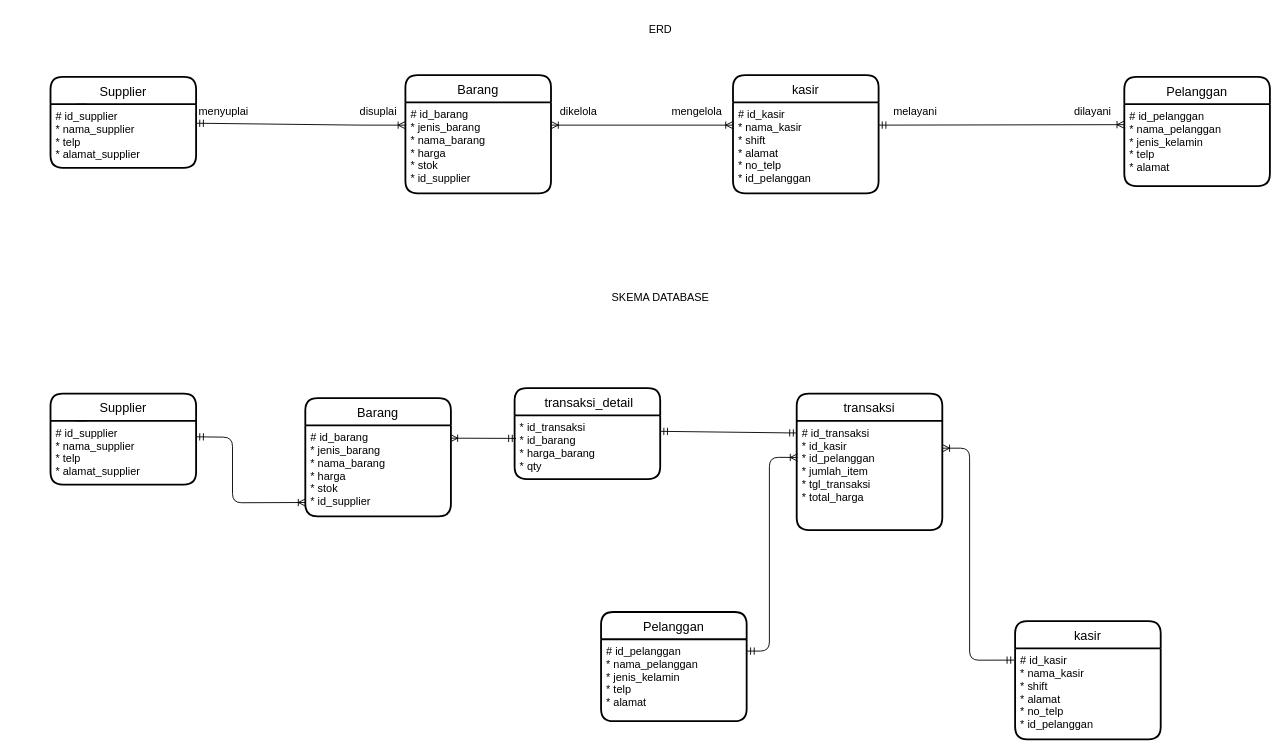
The draw.io diagram erd-banker.drawio in akbarzaqi/tp-basdat, before the edit. Source tidied: cells renumbered, new cells numbered last; positions are measured from the earlier drawing's top-left corner, leaving out a move shared by most shapes. Both pictures are drawn from the tidied source at 91%, with x=0, y=0 at pixel (50, 15).
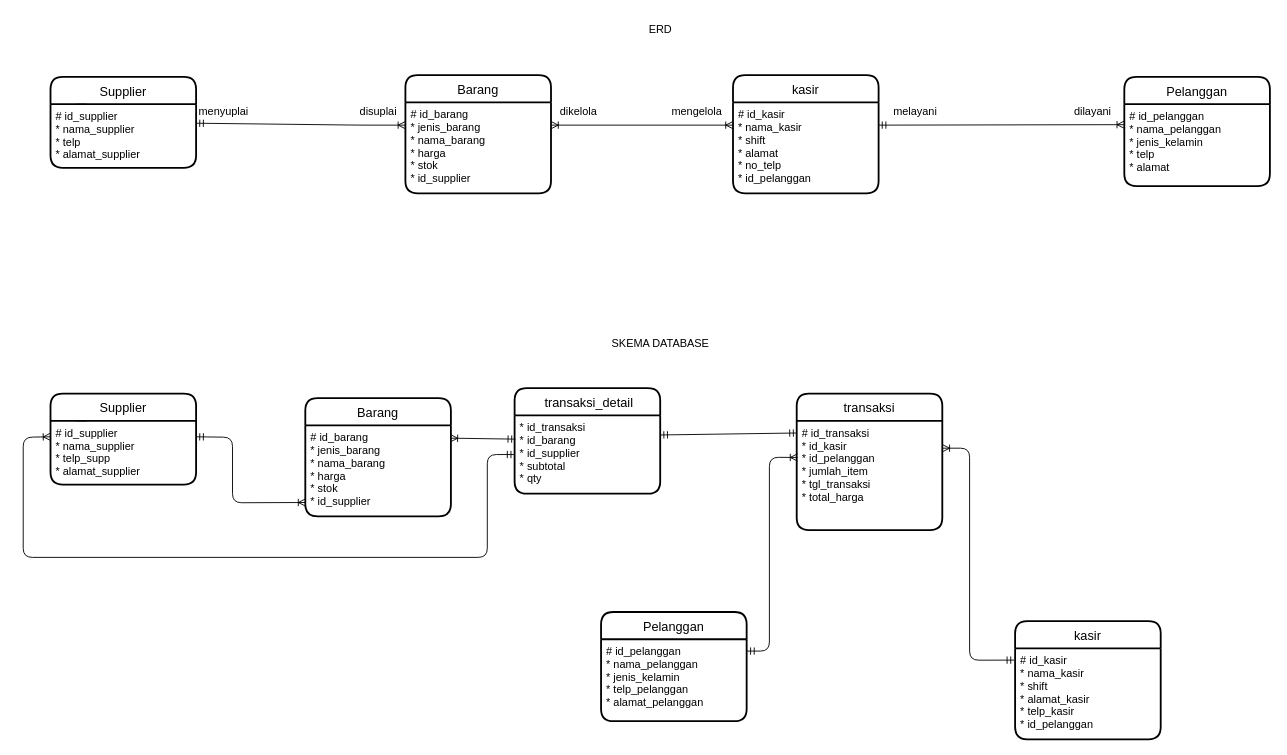
After the change.

The change refers to these unchanged cells:
```xml
<mxCell id="24" value="Supplier" style="swimlane;horizontal=1;startSize=30;rounded=1;fontSize=14;fontStyle=0;strokeWidth=2;shadow=0;dashed=0;align=center;fontFamily=Helvetica;fontColor=default;" parent="1" vertex="1">
  <mxGeometry y="415" width="160" height="100" as="geometry" />
</mxCell>
<mxCell id="33" value="kasir" style="swimlane;horizontal=1;startSize=30;rounded=1;fontSize=14;fontStyle=0;strokeWidth=2;shadow=0;dashed=0;align=center;fontFamily=Helvetica;fontColor=default;" parent="1" vertex="1">
  <mxGeometry x="1060" y="665" width="160" height="130" as="geometry" />
</mxCell>
<mxCell id="35" value="Pelanggan" style="swimlane;horizontal=1;startSize=30;rounded=1;fontSize=14;fontStyle=0;strokeWidth=2;shadow=0;dashed=0;align=center;fontFamily=Helvetica;fontColor=default;" parent="1" vertex="1">
  <mxGeometry x="605" y="655" width="160" height="120" as="geometry" />
</mxCell>
```

What changed in the source:
```diff
@@
     <mxCell id="23" value="SKEMA DATABASE" style="text;html=1;align=center;verticalAlign=middle;strokeColor=none;fillColor=none;" parent="1" vertex="1">
-      <mxGeometry x="605" y="295" width="130" height="30" as="geometry" />
+      <mxGeometry x="605" y="345" width="130" height="30" as="geometry" />
     </mxCell>
@@
-    <mxCell id="25" value="# id_supplier&#10;* nama_supplier&#10;* telp&#10;* alamat_supplier" style="align=left;strokeColor=none;fillColor=none;spacingLeft=4;fontSize=12;verticalAlign=top;fontFamily=Helvetica;fontColor=default;rounded=1;" parent="24" vertex="1">
+    <mxCell id="25" value="# id_supplier&#10;* nama_supplier&#10;* telp_supp&#10;* alamat_supplier" style="align=left;strokeColor=none;fillColor=none;spacingLeft=4;fontSize=12;verticalAlign=top;fontFamily=Helvetica;fontColor=default;rounded=1;" parent="24" vertex="1">
       <mxGeometry y="30" width="160" height="70" as="geometry" />
     </mxCell>
@@
-    <mxCell id="27" style="edgeStyle=none;html=1;entryX=0.009;entryY=0.361;entryDx=0;entryDy=0;entryPerimeter=0;startArrow=ERoneToMany;startFill=0;endArrow=ERmandOne;endFill=0;exitX=0.996;exitY=0.13;exitDx=0;exitDy=0;exitPerimeter=0;" parent="1" edge="1" target="32">
+    <mxCell id="27" style="edgeStyle=none;html=1;entryX=0.005;entryY=0.303;entryDx=0;entryDy=0;entryPerimeter=0;startArrow=ERoneToMany;startFill=0;endArrow=ERmandOne;endFill=0;exitX=0.996;exitY=0.13;exitDx=0;exitDy=0;exitPerimeter=0;" parent="1" edge="1" target="32">
       <mxGeometry relative="1" as="geometry">
         <mxPoint x="439.4" y="464" as="sourcePoint" />
       </mxGeometry>
     </mxCell>
@@
     <mxCell id="31" value=" transaksi_detail" style="swimlane;horizontal=1;startSize=30;rounded=1;fontSize=14;fontStyle=0;strokeWidth=2;shadow=0;dashed=0;align=center;fontFamily=Helvetica;fontColor=default;" parent="1" vertex="1">
-      <mxGeometry x="510" y="409" width="160" height="100" as="geometry" />
+      <mxGeometry x="510" y="409" width="160" height="116" as="geometry" />
     </mxCell>
-    <mxCell id="32" value="* id_transaksi&#10;* id_barang&#10;* harga_barang&#10;* qty" style="align=left;strokeColor=none;fillColor=none;spacingLeft=4;fontSize=12;verticalAlign=top;fontFamily=Helvetica;fontColor=default;rounded=1;" parent="31" vertex="1">
-      <mxGeometry y="30" width="160" height="70" as="geometry" />
+    <mxCell id="32" value="* id_transaksi&#10;* id_barang&#10;* id_supplier&#10;* subtotal&#10;* qty" style="align=left;strokeColor=none;fillColor=none;spacingLeft=4;fontSize=12;verticalAlign=top;fontFamily=Helvetica;fontColor=default;rounded=1;" parent="31" vertex="1">
+      <mxGeometry y="30" width="160" height="86" as="geometry" />
     </mxCell>
@@
-    <mxCell id="34" value="# id_kasir&#10;* nama_kasir&#10;* shift&#10;* alamat&#10;* no_telp&#10;* id_pelanggan" style="align=left;strokeColor=none;fillColor=none;spacingLeft=4;fontSize=12;verticalAlign=top;fontFamily=Helvetica;fontColor=default;rounded=1;" parent="33" vertex="1">
+    <mxCell id="34" value="# id_kasir&#10;* nama_kasir&#10;* shift&#10;* alamat_kasir&#10;* telp_kasir&#10;* id_pelanggan" style="align=left;strokeColor=none;fillColor=none;spacingLeft=4;fontSize=12;verticalAlign=top;fontFamily=Helvetica;fontColor=default;rounded=1;" parent="33" vertex="1">
       <mxGeometry y="30" width="160" height="100" as="geometry" />
     </mxCell>
@@
-    <mxCell id="36" value="# id_pelanggan&#10;* nama_pelanggan&#10;* jenis_kelamin&#10;* telp&#10;* alamat" style="align=left;strokeColor=none;fillColor=none;spacingLeft=4;fontSize=12;verticalAlign=top;fontFamily=Helvetica;fontColor=default;rounded=1;" parent="35" vertex="1">
+    <mxCell id="36" value="# id_pelanggan&#10;* nama_pelanggan&#10;* jenis_kelamin&#10;* telp_pelanggan&#10;* alamat_pelanggan" style="align=left;strokeColor=none;fillColor=none;spacingLeft=4;fontSize=12;verticalAlign=top;fontFamily=Helvetica;fontColor=default;rounded=1;" parent="35" vertex="1">
       <mxGeometry y="30" width="160" height="90" as="geometry" />
     </mxCell>
@@
+    <mxCell id="40" style="edgeStyle=none;html=1;exitX=0;exitY=0.25;exitDx=0;exitDy=0;entryX=0;entryY=0.5;entryDx=0;entryDy=0;endArrow=ERmandOne;endFill=0;startArrow=ERoneToMany;startFill=0;" parent="1" edge="1" source="25" target="32">
+      <mxGeometry relative="1" as="geometry">
+        <Array as="points">
+          <mxPoint x="-30" y="463" />
+          <mxPoint x="-30" y="595" />
+          <mxPoint x="480" y="595" />
+          <mxPoint x="480" y="482" />
+        </Array>
+      </mxGeometry>
+    </mxCell>
```
